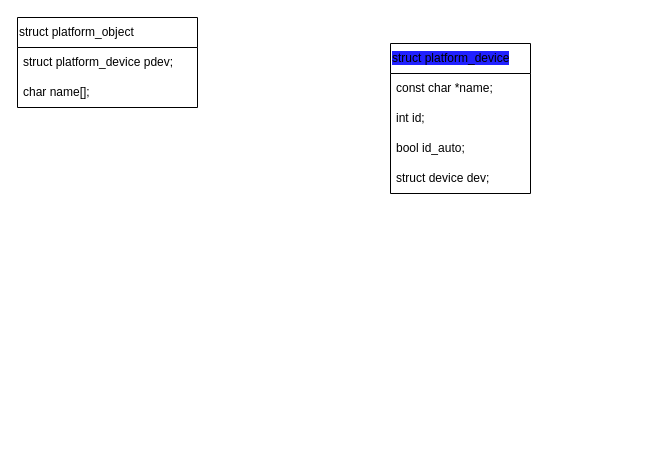
Above: uart/platform-dev&driver.drawio in ktinkone/draw-io-works (draw.io), before the change. Source tidied: cells renumbered, new cells numbered last; positions are measured from the earlier drawing's top-left corner, leaving out a move shared by most shapes. Both pictures are drawn from the tidied source at 100%, with x=0, y=0 at pixel (17, 17).
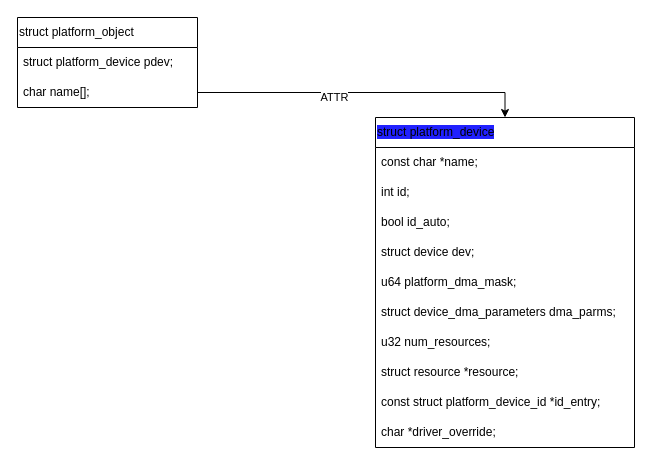
After the change.

Change to the diagram source:
```diff
@@
 <mxGraphModel>
   <root>
     <mxCell id="0" />
     <mxCell id="1" parent="0" />
     <mxCell id="2" value="struct platform_object" style="swimlane;fontStyle=0;horizontal=1;startSize=30;whiteSpace=wrap;html=1;align=left;" parent="1" vertex="1">
       <mxGeometry width="180" height="90" as="geometry" />
     </mxCell>
     <mxCell id="3" value="struct platform_device pdev;" style="text;strokeColor=none;fillColor=none;align=left;verticalAlign=middle;spacingLeft=4;spacingRight=4;overflow=hidden;whiteSpace=wrap;html=1;" parent="2" vertex="1">
       <mxGeometry y="30" width="180" height="30" as="geometry" />
     </mxCell>
     <mxCell id="4" value="char name[];" style="text;strokeColor=none;fillColor=none;align=left;verticalAlign=middle;spacingLeft=4;spacingRight=4;overflow=hidden;points=[[0,0.5],[1,0.5]];portConstraint=eastwest;whiteSpace=wrap;html=1;" parent="2" vertex="1">
       <mxGeometry y="60" width="180" height="30" as="geometry" />
     </mxCell>
     <mxCell id="5" value="&lt;span style=&quot;background-color: rgb(33, 33, 255);&quot;&gt;struct platform_device&lt;/span&gt;" style="swimlane;fontStyle=0;horizontal=1;startSize=30;whiteSpace=wrap;html=1;align=left;" parent="1" vertex="1">
-      <mxGeometry x="373" y="26" width="140" height="150" as="geometry" />
+      <mxGeometry x="358" y="100" width="259" height="330" as="geometry" />
     </mxCell>
     <mxCell id="6" value="const char *name;" style="text;strokeColor=none;fillColor=none;align=left;verticalAlign=middle;spacingLeft=4;spacingRight=4;overflow=hidden;whiteSpace=wrap;html=1;" parent="5" vertex="1">
-      <mxGeometry y="30" width="140" height="30" as="geometry" />
+      <mxGeometry y="30" width="259" height="30" as="geometry" />
     </mxCell>
     <mxCell id="7" value="int id;" style="text;strokeColor=none;fillColor=none;align=left;verticalAlign=middle;spacingLeft=4;spacingRight=4;overflow=hidden;whiteSpace=wrap;html=1;" parent="5" vertex="1">
-      <mxGeometry y="60" width="140" height="30" as="geometry" />
+      <mxGeometry y="60" width="259" height="30" as="geometry" />
     </mxCell>
     <mxCell id="8" value="bool id_auto;" style="text;strokeColor=none;fillColor=none;align=left;verticalAlign=middle;spacingLeft=4;spacingRight=4;overflow=hidden;whiteSpace=wrap;html=1;" parent="5" vertex="1">
-      <mxGeometry y="90" width="140" height="30" as="geometry" />
+      <mxGeometry y="90" width="259" height="30" as="geometry" />
     </mxCell>
     <mxCell id="9" value="struct device dev;" style="text;strokeColor=none;fillColor=none;align=left;verticalAlign=middle;spacingLeft=4;spacingRight=4;overflow=hidden;whiteSpace=wrap;html=1;" parent="5" vertex="1">
-      <mxGeometry y="120" width="140" height="30" as="geometry" />
+      <mxGeometry y="120" width="259" height="30" as="geometry" />
     </mxCell>
+    <mxCell id="10" value="u64 platform_dma_mask;" style="text;strokeColor=none;fillColor=none;align=left;verticalAlign=middle;spacingLeft=4;spacingRight=4;overflow=hidden;whiteSpace=wrap;html=1;" parent="5" vertex="1">
+      <mxGeometry y="150" width="259" height="30" as="geometry" />
+    </mxCell>
+    <mxCell id="11" value="struct device_dma_parameters dma_parms;" style="text;strokeColor=none;fillColor=none;align=left;verticalAlign=middle;spacingLeft=4;spacingRight=4;overflow=hidden;whiteSpace=wrap;html=1;" parent="5" vertex="1">
+      <mxGeometry y="180" width="259" height="30" as="geometry" />
+    </mxCell>
+    <mxCell id="12" value="u32 num_resources;" style="text;strokeColor=none;fillColor=none;align=left;verticalAlign=middle;spacingLeft=4;spacingRight=4;overflow=hidden;whiteSpace=wrap;html=1;" parent="5" vertex="1">
+      <mxGeometry y="210" width="259" height="30" as="geometry" />
+    </mxCell>
+    <mxCell id="13" value="struct resource *resource;" style="text;strokeColor=none;fillColor=none;align=left;verticalAlign=middle;spacingLeft=4;spacingRight=4;overflow=hidden;whiteSpace=wrap;html=1;" parent="5" vertex="1">
+      <mxGeometry y="240" width="259" height="30" as="geometry" />
+    </mxCell>
+    <mxCell id="14" value="const struct platform_device_id *id_entry;" style="text;strokeColor=none;fillColor=none;align=left;verticalAlign=middle;spacingLeft=4;spacingRight=4;overflow=hidden;whiteSpace=wrap;html=1;" parent="5" vertex="1">
+      <mxGeometry y="270" width="259" height="30" as="geometry" />
+    </mxCell>
+    <mxCell id="15" value="char *driver_override;" style="text;strokeColor=none;fillColor=none;align=left;verticalAlign=middle;spacingLeft=4;spacingRight=4;overflow=hidden;whiteSpace=wrap;html=1;" parent="5" vertex="1">
+      <mxGeometry y="300" width="259" height="30" as="geometry" />
+    </mxCell>
+    <mxCell id="16" style="edgeStyle=orthogonalEdgeStyle;rounded=0;jettySize=auto;html=1;exitX=1;exitY=0.5;exitDx=0;exitDy=0;entryX=0.5;entryY=0;entryDx=0;entryDy=0;" parent="1" edge="1" source="4" target="5">
+      <mxGeometry relative="1" as="geometry" />
+    </mxCell>
+    <mxCell id="17" value="ATTR" style="edgeLabel;html=1;align=center;verticalAlign=middle;" parent="16" vertex="1">
+      <mxGeometry x="-0.18" y="-4" relative="1" as="geometry" />
+    </mxCell>
   </root>
 </mxGraphModel>
```
